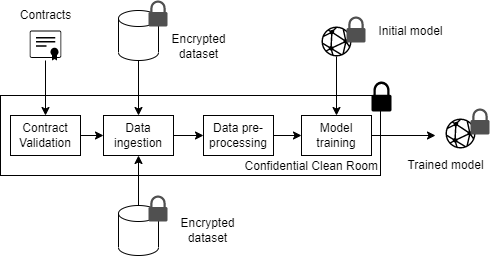
iSPIRT/depa-world keeps this draw.io diagram as internal/training/images/pipeline.drawio.png. Above is the earlier version. Source tidied: cells renumbered, new cells last; positions are measured from the earlier drawing's top-left corner, leaving out a move shared by most shapes. Source of this version:
```xml
<mxGraphModel background="#FFFFFF">
  <root>
    <mxCell id="0" />
    <mxCell id="1" parent="0" />
    <mxCell id="2" style="shape=cylinder3;whiteSpace=wrap;html=1;boundedLbl=1;backgroundOutline=1;size=8;" parent="1" vertex="1">
      <mxGeometry x="118" y="10" width="40" height="50" as="geometry" />
    </mxCell>
    <mxCell id="3" style="sketch=0;shadow=0;dashed=0;html=1;strokeColor=none;fillColor=#505050;labelPosition=center;verticalLabelPosition=bottom;verticalAlign=top;align=center;shape=mxgraph.office.security.lock_protected;" parent="1" vertex="1">
      <mxGeometry x="148" width="19" height="26" as="geometry" />
    </mxCell>
    <mxCell id="4" style="shape=cylinder3;whiteSpace=wrap;html=1;boundedLbl=1;backgroundOutline=1;size=8;" parent="1" vertex="1">
      <mxGeometry x="118" y="205" width="40" height="50" as="geometry" />
    </mxCell>
    <mxCell id="5" style="sketch=0;shadow=0;dashed=0;html=1;strokeColor=none;fillColor=#505050;labelPosition=center;verticalLabelPosition=bottom;verticalAlign=top;align=center;shape=mxgraph.office.security.lock_protected;" parent="1" vertex="1">
      <mxGeometry x="148" y="195" width="19" height="26" as="geometry" />
    </mxCell>
    <mxCell id="6" value="Confidential Clean Room" style="rounded=0;whiteSpace=wrap;html=1;verticalAlign=bottom;align=right;" parent="1" vertex="1">
      <mxGeometry y="95" width="380" height="80" as="geometry" />
    </mxCell>
    <mxCell id="7" style="sketch=0;shadow=0;dashed=0;html=1;strokeColor=none;labelPosition=center;verticalLabelPosition=bottom;verticalAlign=top;align=center;shape=mxgraph.office.security.lock_protected;fillColor=#000000;" parent="1" vertex="1">
      <mxGeometry x="371" y="81" width="20" height="30" as="geometry" />
    </mxCell>
    <mxCell id="8" style="edgeStyle=none;html=1;exitX=1;exitY=0.5;exitDx=0;exitDy=0;entryX=0;entryY=0.5;entryDx=0;entryDy=0;" parent="1" edge="1" source="9" target="11">
      <mxGeometry relative="1" as="geometry" />
    </mxCell>
    <mxCell id="9" value="Data ingestion" style="rounded=0;whiteSpace=wrap;html=1;" parent="1" vertex="1">
      <mxGeometry x="103" y="115" width="70" height="40" as="geometry" />
    </mxCell>
    <mxCell id="10" style="edgeStyle=none;html=1;exitX=1;exitY=0.5;exitDx=0;exitDy=0;entryX=0;entryY=0.5;entryDx=0;entryDy=0;" parent="1" edge="1" source="11" target="13">
      <mxGeometry relative="1" as="geometry" />
    </mxCell>
    <mxCell id="11" value="Data pre-processing" style="rounded=0;whiteSpace=wrap;html=1;" parent="1" vertex="1">
      <mxGeometry x="203" y="115" width="70" height="40" as="geometry" />
    </mxCell>
    <mxCell id="12" style="edgeStyle=none;html=1;" parent="1" edge="1" source="13">
      <mxGeometry relative="1" as="geometry">
        <mxPoint x="435" y="135" as="targetPoint" />
      </mxGeometry>
    </mxCell>
    <mxCell id="13" value="Model training" style="rounded=0;whiteSpace=wrap;html=1;" parent="1" vertex="1">
      <mxGeometry x="301" y="115" width="70" height="40" as="geometry" />
    </mxCell>
    <mxCell id="14" style="edgeStyle=none;html=1;" parent="1" edge="1" source="15" target="13">
      <mxGeometry relative="1" as="geometry" />
    </mxCell>
    <mxCell id="15" style="sketch=0;html=1;strokeColor=none;shadow=0;align=center;verticalAlign=top;fillColor=#000000;shape=mxgraph.gcp2.network;" parent="1" vertex="1">
      <mxGeometry x="321" y="26" width="30" height="30" as="geometry" />
    </mxCell>
    <mxCell id="16" style="sketch=0;shadow=0;dashed=0;html=1;strokeColor=none;fillColor=#505050;labelPosition=center;verticalLabelPosition=bottom;verticalAlign=top;align=center;shape=mxgraph.office.security.lock_protected;" parent="1" vertex="1">
      <mxGeometry x="346" y="16" width="19" height="26" as="geometry" />
    </mxCell>
    <mxCell id="17" style="sketch=0;html=1;strokeColor=none;shadow=0;align=center;verticalAlign=top;fillColor=#000000;shape=mxgraph.gcp2.network;" parent="1" vertex="1">
      <mxGeometry x="445" y="118" width="30" height="30" as="geometry" />
    </mxCell>
    <mxCell id="18" style="sketch=0;shadow=0;dashed=0;html=1;strokeColor=none;fillColor=#505050;labelPosition=center;verticalLabelPosition=bottom;verticalAlign=top;align=center;shape=mxgraph.office.security.lock_protected;" parent="1" vertex="1">
      <mxGeometry x="470" y="108" width="19" height="26" as="geometry" />
    </mxCell>
    <mxCell id="19" value="Initial model" style="text;html=1;align=center;verticalAlign=middle;strokeColor=none;fillColor=none;" parent="1" vertex="1">
      <mxGeometry x="365" y="16" width="90" height="30" as="geometry" />
    </mxCell>
    <mxCell id="20" value="Trained model" style="text;html=1;align=center;verticalAlign=middle;strokeColor=none;fillColor=none;" parent="1" vertex="1">
      <mxGeometry x="395" y="150" width="100" height="30" as="geometry" />
    </mxCell>
    <mxCell id="21" value="Encrypted&lt;br&gt;dataset" style="text;html=1;align=center;verticalAlign=middle;strokeColor=none;fillColor=none;" parent="1" vertex="1">
      <mxGeometry x="167" y="210" width="80" height="40" as="geometry" />
    </mxCell>
    <mxCell id="22" value="Encrypted&lt;br&gt;dataset" style="text;html=1;align=center;verticalAlign=middle;strokeColor=none;fillColor=none;" parent="1" vertex="1">
      <mxGeometry x="158" y="26" width="80" height="40" as="geometry" />
    </mxCell>
    <mxCell id="23" style="edgeStyle=none;html=1;" parent="1" edge="1" source="24">
      <mxGeometry relative="1" as="geometry">
        <mxPoint x="45" y="115" as="targetPoint" />
      </mxGeometry>
    </mxCell>
    <mxCell id="24" style="points=[[0.015,0.015,0],[0.25,0,0],[0.5,0,0],[0.75,0,0],[0.985,0.015,0],[1,0.22,0],[1,0.44,0],[1,0.67,0],[0.985,0.89,0],[0,0.22,0],[0,0.44,0],[0,0.67,0],[0.015,0.89,0],[0.25,0.91,0],[0.5,0.91,0],[0.785,0.955,0]];verticalLabelPosition=bottom;sketch=0;html=1;verticalAlign=top;align=center;shape=mxgraph.cisco19.x509_certificate;fillColor=#000000;strokeColor=none;" parent="1" vertex="1">
      <mxGeometry x="29.2" y="30" width="31.6" height="30" as="geometry" />
    </mxCell>
    <mxCell id="25" value="Contracts" style="text;html=1;align=center;verticalAlign=middle;strokeColor=none;fillColor=none;" parent="1" vertex="1">
      <mxGeometry x="10" width="70" height="30" as="geometry" />
    </mxCell>
    <mxCell id="26" style="edgeStyle=none;html=1;exitX=1;exitY=0.5;exitDx=0;exitDy=0;entryX=0;entryY=0.5;entryDx=0;entryDy=0;" parent="1" edge="1" source="27" target="9">
      <mxGeometry relative="1" as="geometry" />
    </mxCell>
    <mxCell id="27" value="Contract Validation" style="rounded=0;whiteSpace=wrap;html=1;" parent="1" vertex="1">
      <mxGeometry x="10" y="115" width="70" height="40" as="geometry" />
    </mxCell>
    <mxCell id="28" style="edgeStyle=none;html=1;exitX=0.5;exitY=1;exitDx=0;exitDy=0;exitPerimeter=0;" parent="1" edge="1" source="2" target="9">
      <mxGeometry relative="1" as="geometry" />
    </mxCell>
    <mxCell id="29" style="edgeStyle=none;html=1;exitX=0.5;exitY=0;exitDx=0;exitDy=0;exitPerimeter=0;" parent="1" edge="1" source="4" target="9">
      <mxGeometry relative="1" as="geometry" />
    </mxCell>
  </root>
</mxGraphModel>
```
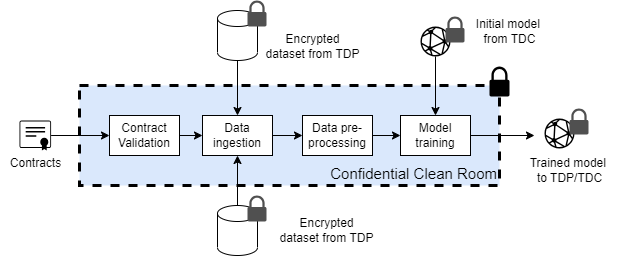
After the change.

Commit message:
reference implementation

What changed in the source:
```diff
@@ -14,11 +14,11 @@
     <mxCell id="5" style="sketch=0;shadow=0;dashed=0;html=1;strokeColor=none;fillColor=#505050;labelPosition=center;verticalLabelPosition=bottom;verticalAlign=top;align=center;shape=mxgraph.office.security.lock_protected;" parent="1" vertex="1">
       <mxGeometry x="148" y="195" width="19" height="26" as="geometry" />
     </mxCell>
-    <mxCell id="6" value="Confidential Clean Room" style="rounded=0;whiteSpace=wrap;html=1;verticalAlign=bottom;align=right;" parent="1" vertex="1">
-      <mxGeometry y="95" width="380" height="80" as="geometry" />
+    <mxCell id="6" value="Confidential Clean Room" style="rounded=0;whiteSpace=wrap;html=1;verticalAlign=bottom;align=right;fillColor=#dae8fc;strokeColor=#000000;strokeWidth=3;dashed=1;fontSize=15;" parent="1" vertex="1">
+      <mxGeometry x="-20" y="85" width="420" height="100" as="geometry" />
     </mxCell>
     <mxCell id="7" style="sketch=0;shadow=0;dashed=0;html=1;strokeColor=none;labelPosition=center;verticalLabelPosition=bottom;verticalAlign=top;align=center;shape=mxgraph.office.security.lock_protected;fillColor=#000000;" parent="1" vertex="1">
-      <mxGeometry x="371" y="81" width="20" height="30" as="geometry" />
+      <mxGeometry x="390" y="66" width="20" height="30" as="geometry" />
     </mxCell>
     <mxCell id="8" style="edgeStyle=none;html=1;exitX=1;exitY=0.5;exitDx=0;exitDy=0;entryX=0;entryY=0.5;entryDx=0;entryDy=0;" parent="1" edge="1" source="9" target="11">
       <mxGeometry relative="1" as="geometry" />
@@ -55,28 +55,26 @@
     <mxCell id="18" style="sketch=0;shadow=0;dashed=0;html=1;strokeColor=none;fillColor=#505050;labelPosition=center;verticalLabelPosition=bottom;verticalAlign=top;align=center;shape=mxgraph.office.security.lock_protected;" parent="1" vertex="1">
       <mxGeometry x="470" y="108" width="19" height="26" as="geometry" />
     </mxCell>
-    <mxCell id="19" value="Initial model" style="text;html=1;align=center;verticalAlign=middle;strokeColor=none;fillColor=none;" parent="1" vertex="1">
-      <mxGeometry x="365" y="16" width="90" height="30" as="geometry" />
+    <mxCell id="19" value="Initial model&amp;nbsp;&lt;br&gt;from TDC" style="text;html=1;align=center;verticalAlign=middle;strokeColor=none;fillColor=none;" parent="1" vertex="1">
+      <mxGeometry x="365" y="11" width="90" height="40" as="geometry" />
     </mxCell>
-    <mxCell id="20" value="Trained model" style="text;html=1;align=center;verticalAlign=middle;strokeColor=none;fillColor=none;" parent="1" vertex="1">
-      <mxGeometry x="395" y="150" width="100" height="30" as="geometry" />
+    <mxCell id="20" value="Trained model&amp;nbsp;&lt;br&gt;to TDP/TDC" style="text;html=1;align=center;verticalAlign=middle;strokeColor=none;fillColor=none;" parent="1" vertex="1">
+      <mxGeometry x="420" y="150" width="100" height="40" as="geometry" />
     </mxCell>
-    <mxCell id="21" value="Encrypted&lt;br&gt;dataset" style="text;html=1;align=center;verticalAlign=middle;strokeColor=none;fillColor=none;" parent="1" vertex="1">
-      <mxGeometry x="167" y="210" width="80" height="40" as="geometry" />
+    <mxCell id="21" value="Encrypted&lt;br&gt;dataset from TDP" style="text;html=1;align=center;verticalAlign=middle;strokeColor=none;fillColor=none;" parent="1" vertex="1">
+      <mxGeometry x="167" y="210" width="120" height="40" as="geometry" />
     </mxCell>
-    <mxCell id="22" value="Encrypted&lt;br&gt;dataset" style="text;html=1;align=center;verticalAlign=middle;strokeColor=none;fillColor=none;" parent="1" vertex="1">
-      <mxGeometry x="158" y="26" width="80" height="40" as="geometry" />
+    <mxCell id="22" value="Encrypted&lt;br&gt;dataset from TDP" style="text;html=1;align=center;verticalAlign=middle;strokeColor=none;fillColor=none;" parent="1" vertex="1">
+      <mxGeometry x="153" y="26" width="120" height="40" as="geometry" />
     </mxCell>
-    <mxCell id="23" style="edgeStyle=none;html=1;" parent="1" edge="1" source="24">
-      <mxGeometry relative="1" as="geometry">
-        <mxPoint x="45" y="115" as="targetPoint" />
-      </mxGeometry>
+    <mxCell id="23" style="edgeStyle=none;html=1;entryX=0;entryY=0.5;entryDx=0;entryDy=0;" parent="1" edge="1" source="24" target="27">
+      <mxGeometry relative="1" as="geometry" />
     </mxCell>
     <mxCell id="24" style="points=[[0.015,0.015,0],[0.25,0,0],[0.5,0,0],[0.75,0,0],[0.985,0.015,0],[1,0.22,0],[1,0.44,0],[1,0.67,0],[0.985,0.89,0],[0,0.22,0],[0,0.44,0],[0,0.67,0],[0.015,0.89,0],[0.25,0.91,0],[0.5,0.91,0],[0.785,0.955,0]];verticalLabelPosition=bottom;sketch=0;html=1;verticalAlign=top;align=center;shape=mxgraph.cisco19.x509_certificate;fillColor=#000000;strokeColor=none;" parent="1" vertex="1">
-      <mxGeometry x="29.2" y="30" width="31.6" height="30" as="geometry" />
+      <mxGeometry x="-80" y="120" width="31.6" height="30" as="geometry" />
     </mxCell>
     <mxCell id="25" value="Contracts" style="text;html=1;align=center;verticalAlign=middle;strokeColor=none;fillColor=none;" parent="1" vertex="1">
-      <mxGeometry x="10" width="70" height="30" as="geometry" />
+      <mxGeometry x="-99.2" y="148" width="70" height="30" as="geometry" />
     </mxCell>
     <mxCell id="26" style="edgeStyle=none;html=1;exitX=1;exitY=0.5;exitDx=0;exitDy=0;entryX=0;entryY=0.5;entryDx=0;entryDy=0;" parent="1" edge="1" source="27" target="9">
       <mxGeometry relative="1" as="geometry" />
```
